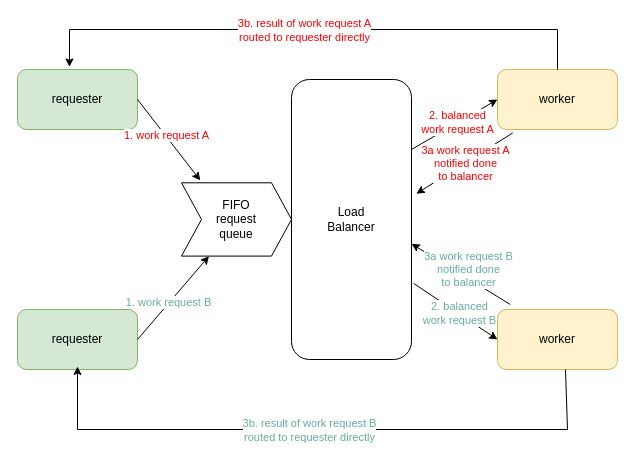
Before: py_load_balancer.drawio in johnalupton/py_load_balancer, a draw.io diagram. Source tidied: cells renumbered, new cells numbered last; positions are measured from the earlier drawing's top-left corner, leaving out a move shared by most shapes. Both pictures are drawn from the tidied source at 100%, with x=0, y=0 at pixel (17, 29).
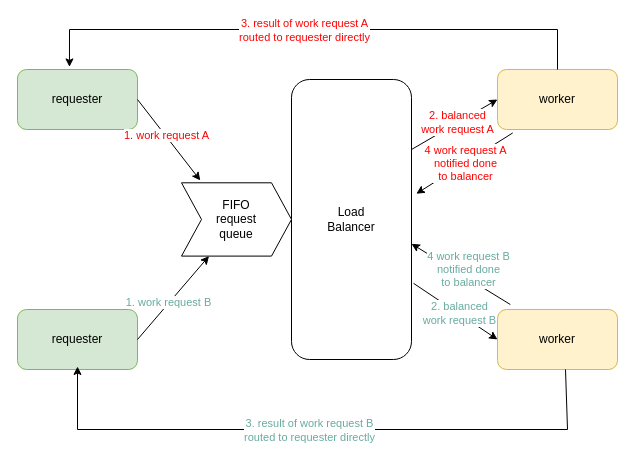
After the change.

Commit message (it also covers changes not shown here):
correct diagram numbering

Unchanged cells that the change refers to:
```xml
<mxCell id="14" style="endArrow=classic;html=1;rounded=0;exitX=0.5;exitY=0;exitDx=0;exitDy=0;entryX=0.433;entryY=-0.043;entryDx=0;entryDy=0;entryPerimeter=0;" parent="1" edge="1" source="11" target="3">
  <mxGeometry relative="1" as="geometry">
    <Array as="points">
      <mxPoint x="540" />
      <mxPoint x="52" />
    </Array>
  </mxGeometry>
</mxCell>
<mxCell id="16" style="endArrow=classic;html=1;rounded=0;entryX=1.04;entryY=0.408;entryDx=0;entryDy=0;entryPerimeter=0;exitX=0.127;exitY=1.057;exitDx=0;exitDy=0;exitPerimeter=0;" parent="1" edge="1" source="11" target="2">
  <mxGeometry relative="1" as="geometry" />
</mxCell>
<mxCell id="20" style="endArrow=classic;html=1;rounded=0;exitX=0.5;exitY=0;exitDx=0;exitDy=0;entryX=0.433;entryY=-0.043;entryDx=0;entryDy=0;entryPerimeter=0;" parent="1" edge="1">
  <mxGeometry relative="1" as="geometry">
    <mxPoint x="548" y="340" as="sourcePoint" />
    <mxPoint x="60" y="337" as="targetPoint" />
    <Array as="points">
      <mxPoint x="550" y="400" />
      <mxPoint x="310" y="400" />
      <mxPoint x="60" y="400" />
    </Array>
  </mxGeometry>
</mxCell>
<mxCell id="22" style="endArrow=classic;html=1;rounded=0;entryX=1.04;entryY=0.408;entryDx=0;entryDy=0;entryPerimeter=0;exitX=0.107;exitY=-0.083;exitDx=0;exitDy=0;exitPerimeter=0;" parent="1" edge="1" source="10">
  <mxGeometry relative="1" as="geometry">
    <mxPoint x="394" y="214.3" as="targetPoint" />
  </mxGeometry>
</mxCell>
```

What changed in the source:
```diff
@@
-    <mxCell id="15" value="3b. result of work request A&lt;br&gt;routed to requester directly" style="edgeLabel;html=1;align=center;verticalAlign=middle;fontColor=#FF0000;" parent="14" vertex="1">
+    <mxCell id="15" value="3. result of work request A&lt;br&gt;routed to requester directly" style="edgeLabel;html=1;align=center;verticalAlign=middle;fontColor=#FF0000;" parent="14" vertex="1">
       <mxGeometry x="0.04" relative="1" as="geometry" />
     </mxCell>
@@
-    <mxCell id="17" value="&lt;font color=&quot;#ff0000&quot;&gt;3a work request A&lt;br&gt;notified done&lt;br&gt;to balancer&lt;/font&gt;" style="edgeLabel;html=1;align=center;verticalAlign=middle;" parent="16" vertex="1">
+    <mxCell id="17" value="&lt;font color=&quot;#ff0000&quot;&gt;4 work request A&lt;br&gt;notified done&lt;br&gt;to balancer&lt;/font&gt;" style="edgeLabel;html=1;align=center;verticalAlign=middle;" parent="16" vertex="1">
       <mxGeometry relative="1" as="geometry" />
     </mxCell>
@@
-    <mxCell id="21" value="&lt;font color=&quot;#67ab9f&quot;&gt;3b. result of work request B&lt;br&gt;routed to requester directly&lt;/font&gt;" style="edgeLabel;html=1;align=center;verticalAlign=middle;fontColor=#FF0000;" parent="20" vertex="1">
+    <mxCell id="21" value="&lt;font color=&quot;#67ab9f&quot;&gt;3. result of work request B&lt;br&gt;routed to requester directly&lt;/font&gt;" style="edgeLabel;html=1;align=center;verticalAlign=middle;fontColor=#FF0000;" parent="20" vertex="1">
       <mxGeometry x="0.04" relative="1" as="geometry" />
     </mxCell>
@@
-    <mxCell id="23" value="&lt;font color=&quot;#67ab9f&quot;&gt;3a work request B&lt;br&gt;notified done&lt;br&gt;to balancer&lt;/font&gt;" style="edgeLabel;html=1;align=center;verticalAlign=middle;" parent="22" vertex="1">
+    <mxCell id="23" value="&lt;font color=&quot;#67ab9f&quot;&gt;4 work request B&lt;br&gt;notified done&lt;br&gt;to balancer&lt;/font&gt;" style="edgeLabel;html=1;align=center;verticalAlign=middle;" parent="22" vertex="1">
       <mxGeometry relative="1" as="geometry">
         <mxPoint x="7" y="-5" as="offset" />
       </mxGeometry>
     </mxCell>
```
